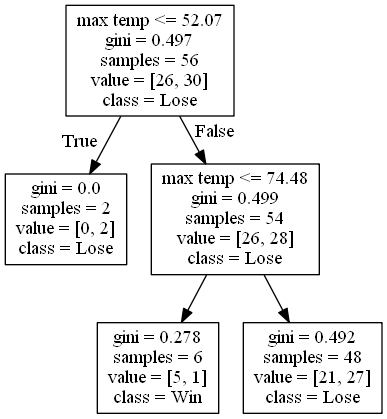
The Graphviz diagram DecisionTrees/decision_tree_no_score_or_attendance0.png in alexana-steck/CSE482Project, before a commit. Its source is kept beside it as DecisionTrees/decision_tree_no_score_or_attendance0.dot.
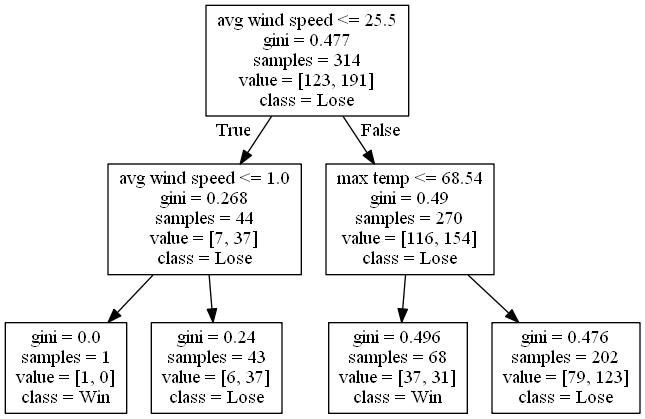
The same diagram one commit later.

Change to the diagram source:
```diff
@@ -1,12 +1,16 @@
 digraph Tree {
 node [shape=box] ;
-0 [label="max temp <= 52.07\ngini = 0.497\nsamples = 56\nvalue = [26, 30]\nclass = Lose"] ;
-1 [label="gini = 0.0\nsamples = 2\nvalue = [0, 2]\nclass = Lose"] ;
+0 [label="avg wind speed <= 25.5\ngini = 0.477\nsamples = 314\nvalue = [123, 191]\nclass = Lose"] ;
+1 [label="avg wind speed <= 1.0\ngini = 0.268\nsamples = 44\nvalue = [7, 37]\nclass = Lose"] ;
 0 -> 1 [labeldistance=2.5, labelangle=45, headlabel="True"] ;
-2 [label="max temp <= 74.48\ngini = 0.499\nsamples = 54\nvalue = [26, 28]\nclass = Lose"] ;
-0 -> 2 [labeldistance=2.5, labelangle=-45, headlabel="False"] ;
-3 [label="gini = 0.278\nsamples = 6\nvalue = [5, 1]\nclass = Win"] ;
-2 -> 3 ;
-4 [label="gini = 0.492\nsamples = 48\nvalue = [21, 27]\nclass = Lose"] ;
-2 -> 4 ;
+2 [label="gini = 0.0\nsamples = 1\nvalue = [1, 0]\nclass = Win"] ;
+1 -> 2 ;
+3 [label="gini = 0.24\nsamples = 43\nvalue = [6, 37]\nclass = Lose"] ;
+1 -> 3 ;
+4 [label="max temp <= 68.54\ngini = 0.49\nsamples = 270\nvalue = [116, 154]\nclass = Lose"] ;
+0 -> 4 [labeldistance=2.5, labelangle=-45, headlabel="False"] ;
+5 [label="gini = 0.496\nsamples = 68\nvalue = [37, 31]\nclass = Win"] ;
+4 -> 5 ;
+6 [label="gini = 0.476\nsamples = 202\nvalue = [79, 123]\nclass = Lose"] ;
+4 -> 6 ;
 }
```
